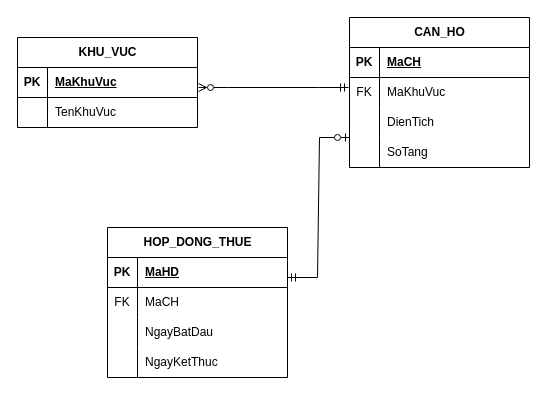
Earlier version of the draw.io diagram page "Trang-3" (3 of 3) of bai3.drawio (ngoclee280907-bot/LeThiNgocLe_B25DTCN277_IT105_session16_bai3). Source tidied: cells renumbered, new cells numbered last; positions are measured from the earlier drawing's top-left corner, leaving out a move shared by most shapes. Both pictures are drawn from the tidied source at 100%, with x=0, y=0 at pixel (17, 17).
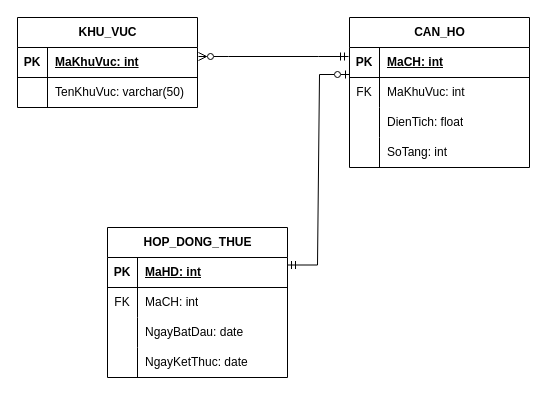
The same diagram, later.

The change refers to these unchanged cells:
```xml
<mxCell id="3" style="shape=tableRow;horizontal=0;startSize=0;swimlaneHead=0;swimlaneBody=0;fillColor=none;top=0;left=0;right=0;bottom=1;" parent="2" vertex="1">
  <mxGeometry y="30" width="180" height="30" as="geometry" />
</mxCell>
<mxCell id="6" style="shape=tableRow;horizontal=0;startSize=0;swimlaneHead=0;swimlaneBody=0;fillColor=none;top=0;left=0;right=0;bottom=0;" parent="2" vertex="1">
  <mxGeometry y="60" width="180" height="30" as="geometry" />
</mxCell>
<mxCell id="10" style="shape=tableRow;horizontal=0;startSize=0;swimlaneHead=0;swimlaneBody=0;fillColor=none;top=0;left=0;right=0;bottom=1;" parent="9" vertex="1">
  <mxGeometry y="30" width="180" height="30" as="geometry" />
</mxCell>
<mxCell id="13" style="shape=tableRow;horizontal=0;startSize=0;swimlaneHead=0;swimlaneBody=0;fillColor=none;top=0;left=0;right=0;bottom=0;" parent="9" vertex="1">
  <mxGeometry y="60" width="180" height="30" as="geometry" />
</mxCell>
<mxCell id="16" style="shape=tableRow;horizontal=0;startSize=0;swimlaneHead=0;swimlaneBody=0;fillColor=none;top=0;left=0;right=0;bottom=0;" parent="9" vertex="1">
  <mxGeometry y="90" width="180" height="30" as="geometry" />
</mxCell>
<mxCell id="19" style="shape=tableRow;horizontal=0;startSize=0;swimlaneHead=0;swimlaneBody=0;fillColor=none;top=0;left=0;right=0;bottom=0;" parent="9" vertex="1">
  <mxGeometry y="120" width="180" height="30" as="geometry" />
</mxCell>
<mxCell id="22" value="HOP_DONG_THUE" style="shape=table;startSize=30;childLayout=tableLayout;rowLines=0;fontStyle=1;align=center;html=1;" parent="1" vertex="1">
  <mxGeometry x="90" y="210" width="180" height="150" as="geometry" />
</mxCell>
<mxCell id="23" style="shape=tableRow;horizontal=0;startSize=0;swimlaneHead=0;swimlaneBody=0;fillColor=none;top=0;left=0;right=0;bottom=1;" parent="22" vertex="1">
  <mxGeometry y="30" width="180" height="30" as="geometry" />
</mxCell>
<mxCell id="26" style="shape=tableRow;horizontal=0;startSize=0;swimlaneHead=0;swimlaneBody=0;fillColor=none;top=0;left=0;right=0;bottom=0;" parent="22" vertex="1">
  <mxGeometry y="60" width="180" height="30" as="geometry" />
</mxCell>
<mxCell id="29" style="shape=tableRow;horizontal=0;startSize=0;swimlaneHead=0;swimlaneBody=0;fillColor=none;top=0;left=0;right=0;bottom=0;" parent="22" vertex="1">
  <mxGeometry y="90" width="180" height="30" as="geometry" />
</mxCell>
<mxCell id="32" style="shape=tableRow;horizontal=0;startSize=0;swimlaneHead=0;swimlaneBody=0;fillColor=none;top=0;left=0;right=0;bottom=0;" parent="22" vertex="1">
  <mxGeometry y="120" width="180" height="30" as="geometry" />
</mxCell>
```

Diff of the diagram source:
```diff
@@
     <mxCell id="2" value="KHU_VUC" style="shape=table;startSize=30;childLayout=tableLayout;rowLines=0;fontStyle=1;align=center;html=1;" parent="1" vertex="1">
-      <mxGeometry y="20" width="180" height="90" as="geometry" />
+      <mxGeometry width="180" height="90" as="geometry" />
     </mxCell>
@@
-    <mxCell id="5" value="MaKhuVuc" style="shape=partialRectangle;fillColor=none;top=0;left=0;bottom=0;right=0;align=left;spacingLeft=6;fontStyle=5;overflow=hidden;whiteSpace=wrap;html=1;" parent="3" vertex="1">
+    <mxCell id="5" value="MaKhuVuc: int" style="shape=partialRectangle;fillColor=none;top=0;left=0;bottom=0;right=0;align=left;spacingLeft=6;fontStyle=5;overflow=hidden;whiteSpace=wrap;html=1;" parent="3" vertex="1">
       <mxGeometry x="30" width="150" height="30" as="geometry" />
     </mxCell>
@@
-    <mxCell id="8" value="TenKhuVuc" style="shape=partialRectangle;fillColor=none;top=0;left=0;bottom=0;right=0;align=left;spacingLeft=6;overflow=hidden;whiteSpace=wrap;html=1;" parent="6" vertex="1">
+    <mxCell id="8" value="TenKhuVuc: varchar(50)" style="shape=partialRectangle;fillColor=none;top=0;left=0;bottom=0;right=0;align=left;spacingLeft=6;overflow=hidden;whiteSpace=wrap;html=1;" parent="6" vertex="1">
       <mxGeometry x="30" width="150" height="30" as="geometry" />
     </mxCell>
@@
-    <mxCell id="12" value="MaCH" style="shape=partialRectangle;fillColor=none;top=0;left=0;bottom=0;right=0;align=left;spacingLeft=6;fontStyle=5;overflow=hidden;whiteSpace=wrap;html=1;" parent="10" vertex="1">
+    <mxCell id="12" value="MaCH: int" style="shape=partialRectangle;fillColor=none;top=0;left=0;bottom=0;right=0;align=left;spacingLeft=6;fontStyle=5;overflow=hidden;whiteSpace=wrap;html=1;" parent="10" vertex="1">
       <mxGeometry x="30" width="150" height="30" as="geometry" />
     </mxCell>
@@
-    <mxCell id="15" value="MaKhuVuc" style="shape=partialRectangle;fillColor=none;top=0;left=0;bottom=0;right=0;align=left;spacingLeft=6;overflow=hidden;whiteSpace=wrap;html=1;" parent="13" vertex="1">
+    <mxCell id="15" value="MaKhuVuc: int" style="shape=partialRectangle;fillColor=none;top=0;left=0;bottom=0;right=0;align=left;spacingLeft=6;overflow=hidden;whiteSpace=wrap;html=1;" parent="13" vertex="1">
       <mxGeometry x="30" width="150" height="30" as="geometry" />
     </mxCell>
@@
-    <mxCell id="18" value="DienTich" style="shape=partialRectangle;fillColor=none;top=0;left=0;bottom=0;right=0;align=left;spacingLeft=6;overflow=hidden;whiteSpace=wrap;html=1;" parent="16" vertex="1">
+    <mxCell id="18" value="DienTich: float" style="shape=partialRectangle;fillColor=none;top=0;left=0;bottom=0;right=0;align=left;spacingLeft=6;overflow=hidden;whiteSpace=wrap;html=1;" parent="16" vertex="1">
       <mxGeometry x="30" width="150" height="30" as="geometry" />
     </mxCell>
@@
-    <mxCell id="21" value="SoTang&amp;nbsp; &amp;nbsp; &amp;nbsp;&amp;nbsp;" style="shape=partialRectangle;fillColor=none;top=0;left=0;bottom=0;right=0;align=left;spacingLeft=6;overflow=hidden;whiteSpace=wrap;html=1;" parent="19" vertex="1">
+    <mxCell id="21" value="SoTang: int&amp;nbsp; &amp;nbsp; &amp;nbsp;&amp;nbsp;" style="shape=partialRectangle;fillColor=none;top=0;left=0;bottom=0;right=0;align=left;spacingLeft=6;overflow=hidden;whiteSpace=wrap;html=1;" parent="19" vertex="1">
       <mxGeometry x="30" width="150" height="30" as="geometry" />
     </mxCell>
@@
-    <mxCell id="25" value="MaHD" style="shape=partialRectangle;fillColor=none;top=0;left=0;bottom=0;right=0;align=left;spacingLeft=6;fontStyle=5;overflow=hidden;whiteSpace=wrap;html=1;" parent="23" vertex="1">
+    <mxCell id="25" value="MaHD: int" style="shape=partialRectangle;fillColor=none;top=0;left=0;bottom=0;right=0;align=left;spacingLeft=6;fontStyle=5;overflow=hidden;whiteSpace=wrap;html=1;" parent="23" vertex="1">
       <mxGeometry x="30" width="150" height="30" as="geometry" />
     </mxCell>
@@
-    <mxCell id="28" value="MaCH" style="shape=partialRectangle;fillColor=none;top=0;left=0;bottom=0;right=0;align=left;spacingLeft=6;overflow=hidden;whiteSpace=wrap;html=1;" parent="26" vertex="1">
+    <mxCell id="28" value="MaCH: int" style="shape=partialRectangle;fillColor=none;top=0;left=0;bottom=0;right=0;align=left;spacingLeft=6;overflow=hidden;whiteSpace=wrap;html=1;" parent="26" vertex="1">
       <mxGeometry x="30" width="150" height="30" as="geometry" />
     </mxCell>
@@
-    <mxCell id="31" value="NgayBatDau" style="shape=partialRectangle;fillColor=none;top=0;left=0;bottom=0;right=0;align=left;spacingLeft=6;overflow=hidden;whiteSpace=wrap;html=1;" parent="29" vertex="1">
+    <mxCell id="31" value="NgayBatDau: date" style="shape=partialRectangle;fillColor=none;top=0;left=0;bottom=0;right=0;align=left;spacingLeft=6;overflow=hidden;whiteSpace=wrap;html=1;" parent="29" vertex="1">
       <mxGeometry x="30" width="150" height="30" as="geometry" />
     </mxCell>
@@
-    <mxCell id="34" value="NgayKetThuc" style="shape=partialRectangle;fillColor=none;top=0;left=0;bottom=0;right=0;align=left;spacingLeft=6;overflow=hidden;whiteSpace=wrap;html=1;" parent="32" vertex="1">
+    <mxCell id="34" value="NgayKetThuc: date" style="shape=partialRectangle;fillColor=none;top=0;left=0;bottom=0;right=0;align=left;spacingLeft=6;overflow=hidden;whiteSpace=wrap;html=1;" parent="32" vertex="1">
       <mxGeometry x="30" width="150" height="30" as="geometry" />
     </mxCell>
     <mxCell id="35" style="edgeStyle=entityRelationEdgeStyle;fontSize=12;html=1;endArrow=ERmandOne;endFill=0;rounded=0;startArrow=ERzeroToMany;startFill=0;" parent="1" edge="1">
       <mxGeometry relative="1" as="geometry">
-        <mxPoint x="181" y="70" as="sourcePoint" />
-        <mxPoint x="331" y="70" as="targetPoint" />
+        <mxPoint x="181" y="39" as="sourcePoint" />
+        <mxPoint x="331" y="39" as="targetPoint" />
       </mxGeometry>
     </mxCell>
-    <mxCell id="36" style="edgeStyle=entityRelationEdgeStyle;fontSize=12;html=1;endArrow=ERzeroToOne;endFill=0;rounded=0;startArrow=ERmandOne;startFill=0;" parent="1" edge="1">
+    <mxCell id="36" style="edgeStyle=entityRelationEdgeStyle;fontSize=12;html=1;endArrow=ERzeroToOne;endFill=0;rounded=0;startArrow=ERmandOne;startFill=0;exitX=1;exitY=0.25;exitDx=0;exitDy=0;" parent="1" edge="1" source="22">
       <mxGeometry relative="1" as="geometry">
-        <mxPoint x="270" y="260" as="sourcePoint" />
-        <mxPoint x="332" y="120" as="targetPoint" />
+        <mxPoint x="332" y="57" as="targetPoint" />
       </mxGeometry>
     </mxCell>
```
